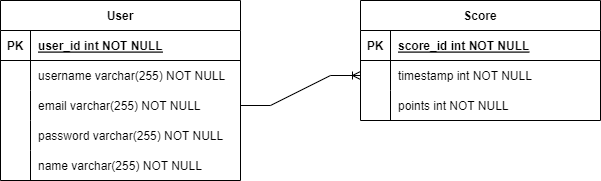
brokenhalo420/advanced-js-geoguessr keeps this draw.io diagram as assets/geoguessr-db.png. Above is the earlier version. Source tidied: cells renumbered, new cells last; positions are measured from the earlier drawing's top-left corner, leaving out a move shared by most shapes.
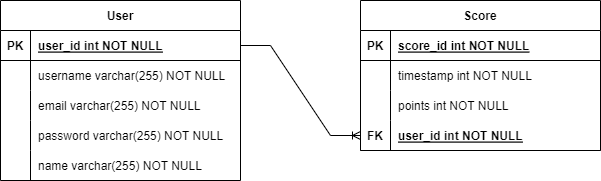
After the change.

Change to the diagram source:
```diff
@@ -51,7 +51,7 @@
       <mxGeometry x="30" width="210" height="30" as="geometry" />
     </mxCell>
     <mxCell id="18" value="Score" style="shape=table;startSize=30;rowLines=0;fontStyle=1;align=center;labelBackgroundColor=#FFFFFF;" parent="1" vertex="1">
-      <mxGeometry x="360" width="240" height="120" as="geometry" />
+      <mxGeometry x="360" width="240" height="150" as="geometry" />
     </mxCell>
     <mxCell id="19" style="shape=tableRow;horizontal=0;startSize=0;swimlaneHead=0;swimlaneBody=0;fillColor=none;top=0;left=0;right=0;bottom=1;labelBackgroundColor=#FFFFFF;" parent="18" vertex="1">
       <mxGeometry y="30" width="240" height="30" as="geometry" />
@@ -80,8 +80,19 @@
     <mxCell id="27" value="points int NOT NULL" style="shape=partialRectangle;fillColor=none;top=0;left=0;bottom=0;right=0;align=left;spacingLeft=6;overflow=hidden;labelBackgroundColor=#FFFFFF;" parent="25" vertex="1">
       <mxGeometry x="30" width="210" height="30" as="geometry" />
     </mxCell>
+    <mxCell id="29" style="shape=tableRow;horizontal=0;startSize=0;swimlaneHead=0;swimlaneBody=0;fillColor=none;top=0;left=0;right=0;bottom=1;labelBackgroundColor=#FFFFFF;" parent="18" vertex="1">
+      <mxGeometry y="120" width="240" height="30" as="geometry" />
+    </mxCell>
+    <mxCell id="30" value="FK" style="shape=partialRectangle;fillColor=none;top=0;left=0;bottom=0;right=0;fontStyle=1;overflow=hidden;labelBackgroundColor=#FFFFFF;" parent="29" vertex="1">
+      <mxGeometry width="30" height="30" as="geometry" />
+    </mxCell>
+    <mxCell id="31" value="user_id int NOT NULL" style="shape=partialRectangle;fillColor=none;top=0;left=0;bottom=0;right=0;align=left;spacingLeft=6;fontStyle=5;overflow=hidden;labelBackgroundColor=#FFFFFF;" parent="29" vertex="1">
+      <mxGeometry x="30" width="210" height="30" as="geometry" />
+    </mxCell>
-    <mxCell id="28" style="edgeStyle=entityRelationEdgeStyle;fontSize=12;html=1;endArrow=ERoneToMany;rounded=0;exitX=1;exitY=0.5;exitDx=0;exitDy=0;entryX=0;entryY=0.5;entryDx=0;entryDy=0;labelBackgroundColor=#FFFFFF;" parent="1" edge="1" source="9" target="22">
-      <mxGeometry relative="1" as="geometry" />
+    <mxCell id="28" style="edgeStyle=entityRelationEdgeStyle;fontSize=12;html=1;endArrow=ERoneToMany;rounded=0;exitX=1;exitY=0.5;exitDx=0;exitDy=0;entryX=0;entryY=0.5;entryDx=0;entryDy=0;labelBackgroundColor=#FFFFFF;" parent="1" edge="1" source="3">
+      <mxGeometry relative="1" as="geometry">
+        <mxPoint x="360" y="135" as="targetPoint" />
+      </mxGeometry>
     </mxCell>
   </root>
 </mxGraphModel>
```
